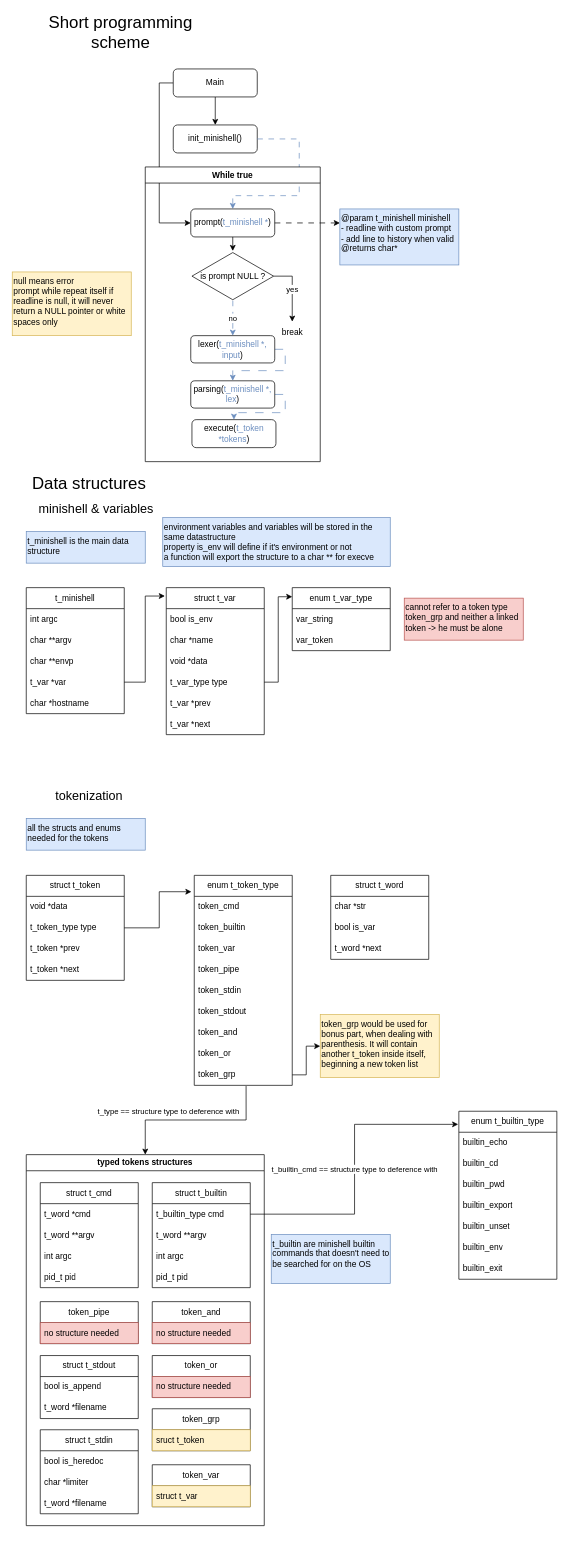
Before: docs/flow_scheme.drawio in RPDJF/42-minishell, a draw.io diagram. Source tidied: cells renumbered, new cells numbered last; positions are measured from the earlier drawing's top-left corner, leaving out a move shared by most shapes. Both pictures are drawn from the tidied source at 70%, with x=0, y=0 at pixel (12, 13).
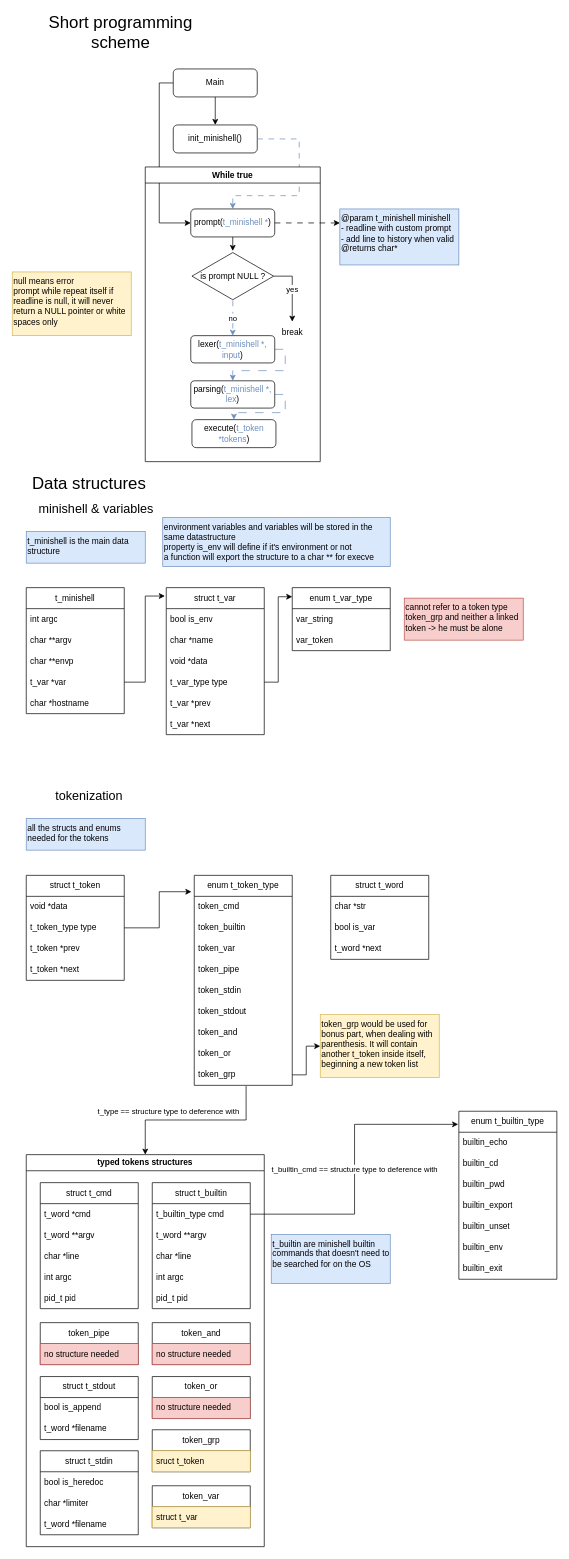
After the change.

Commit message:
Mettre à jour flow_scheme.drawio

The edit, as a diff of the source:
```diff
@@
     <mxCell id="39" value="typed tokens structures" style="swimlane;whiteSpace=wrap;html=1;" parent="1" vertex="1">
-      <mxGeometry x="20" y="1631" width="340" height="530" as="geometry" />
+      <mxGeometry x="20" y="1631" width="340" height="560" as="geometry" />
     </mxCell>
     <mxCell id="40" value="struct t_cmd" style="swimlane;fontStyle=0;horizontal=1;startSize=30;whiteSpace=wrap;html=1;" parent="39" vertex="1">
-      <mxGeometry x="20" y="40" width="140" height="150" as="geometry" />
+      <mxGeometry x="20" y="40" width="140" height="180" as="geometry" />
     </mxCell>
@@
+    <mxCell id="109" value="char *line" style="text;strokeColor=none;fillColor=none;align=left;verticalAlign=middle;spacingLeft=4;spacingRight=4;overflow=hidden;whiteSpace=wrap;html=1;" parent="40" vertex="1">
+      <mxGeometry y="90" width="140" height="30" as="geometry" />
+    </mxCell>
     <mxCell id="43" value="int argc" style="text;strokeColor=none;fillColor=none;align=left;verticalAlign=middle;spacingLeft=4;spacingRight=4;overflow=hidden;whiteSpace=wrap;html=1;" parent="40" vertex="1">
-      <mxGeometry y="90" width="140" height="30" as="geometry" />
+      <mxGeometry y="120" width="140" height="30" as="geometry" />
     </mxCell>
     <mxCell id="44" value="pid_t pid" style="text;strokeColor=none;fillColor=none;align=left;verticalAlign=middle;spacingLeft=4;spacingRight=4;overflow=hidden;whiteSpace=wrap;html=1;" parent="40" vertex="1">
-      <mxGeometry y="120" width="140" height="30" as="geometry" />
+      <mxGeometry y="150" width="140" height="30" as="geometry" />
     </mxCell>
     <mxCell id="45" value="struct t_builtin" style="swimlane;fontStyle=0;horizontal=1;startSize=30;whiteSpace=wrap;html=1;" parent="39" vertex="1">
-      <mxGeometry x="180" y="40" width="140" height="150" as="geometry" />
+      <mxGeometry x="180" y="40" width="140" height="180" as="geometry" />
     </mxCell>
@@
+    <mxCell id="110" value="char *line" style="text;strokeColor=none;fillColor=none;align=left;verticalAlign=middle;spacingLeft=4;spacingRight=4;overflow=hidden;whiteSpace=wrap;html=1;" parent="45" vertex="1">
+      <mxGeometry y="90" width="140" height="30" as="geometry" />
+    </mxCell>
     <mxCell id="48" value="int argc" style="text;strokeColor=none;fillColor=none;align=left;verticalAlign=middle;spacingLeft=4;spacingRight=4;overflow=hidden;whiteSpace=wrap;html=1;" parent="45" vertex="1">
-      <mxGeometry y="90" width="140" height="30" as="geometry" />
+      <mxGeometry y="120" width="140" height="30" as="geometry" />
     </mxCell>
     <mxCell id="49" value="pid_t pid" style="text;strokeColor=none;fillColor=none;align=left;verticalAlign=middle;spacingLeft=4;spacingRight=4;overflow=hidden;whiteSpace=wrap;html=1;" parent="45" vertex="1">
-      <mxGeometry y="120" width="140" height="30" as="geometry" />
+      <mxGeometry y="150" width="140" height="30" as="geometry" />
     </mxCell>
     <mxCell id="50" value="token_pipe" style="swimlane;fontStyle=0;horizontal=1;startSize=30;whiteSpace=wrap;html=1;" parent="39" vertex="1">
-      <mxGeometry x="20" y="210" width="140" height="60" as="geometry" />
+      <mxGeometry x="20" y="240" width="140" height="60" as="geometry" />
     </mxCell>
@@
     <mxCell id="52" value="struct t_stdout" style="swimlane;fontStyle=0;horizontal=1;startSize=30;whiteSpace=wrap;html=1;" parent="39" vertex="1">
-      <mxGeometry x="20" y="287" width="140" height="90" as="geometry" />
+      <mxGeometry x="20" y="317" width="140" height="90" as="geometry" />
     </mxCell>
@@
     <mxCell id="55" value="token_and" style="swimlane;fontStyle=0;horizontal=1;startSize=30;whiteSpace=wrap;html=1;" parent="39" vertex="1">
-      <mxGeometry x="180" y="210" width="140" height="60" as="geometry" />
+      <mxGeometry x="180" y="240" width="140" height="60" as="geometry" />
     </mxCell>
@@
     <mxCell id="57" value="token_or" style="swimlane;fontStyle=0;horizontal=1;startSize=30;whiteSpace=wrap;html=1;" parent="39" vertex="1">
-      <mxGeometry x="180" y="287" width="140" height="60" as="geometry" />
+      <mxGeometry x="180" y="317" width="140" height="60" as="geometry" />
     </mxCell>
@@
     <mxCell id="59" value="struct t_stdin" style="swimlane;fontStyle=0;horizontal=1;startSize=30;whiteSpace=wrap;html=1;" parent="39" vertex="1">
-      <mxGeometry x="20" y="393" width="140" height="120" as="geometry" />
+      <mxGeometry x="20" y="423" width="140" height="120" as="geometry" />
     </mxCell>
@@
     <mxCell id="63" value="token_grp" style="swimlane;fontStyle=0;horizontal=1;startSize=30;whiteSpace=wrap;html=1;" parent="39" vertex="1">
-      <mxGeometry x="180" y="363" width="140" height="60" as="geometry" />
+      <mxGeometry x="180" y="393" width="140" height="60" as="geometry" />
     </mxCell>
@@
     <mxCell id="65" value="token_var" style="swimlane;fontStyle=0;horizontal=1;startSize=30;whiteSpace=wrap;html=1;" parent="39" vertex="1">
-      <mxGeometry x="180" y="443" width="140" height="60" as="geometry" />
+      <mxGeometry x="180" y="473" width="140" height="60" as="geometry" />
     </mxCell>
```
